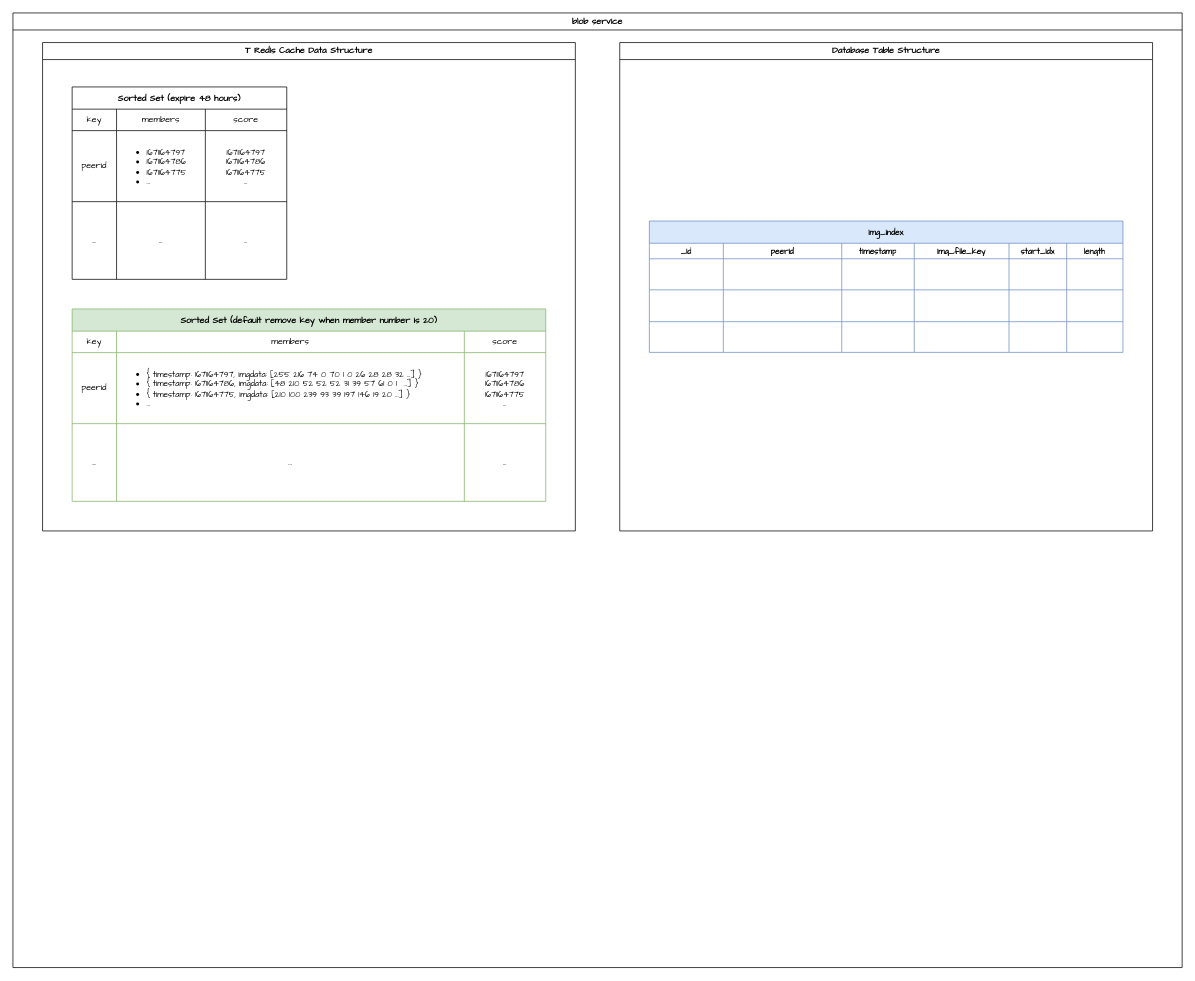
Before: TVU.drawio in rabbitdream/framework, a draw.io diagram. Source tidied: cells renumbered, new cells numbered last; positions are measured from the earlier drawing's top-left corner, leaving out a move shared by most shapes. Both pictures are drawn from the tidied source at 74%, with x=0, y=0 at pixel (13, 13).
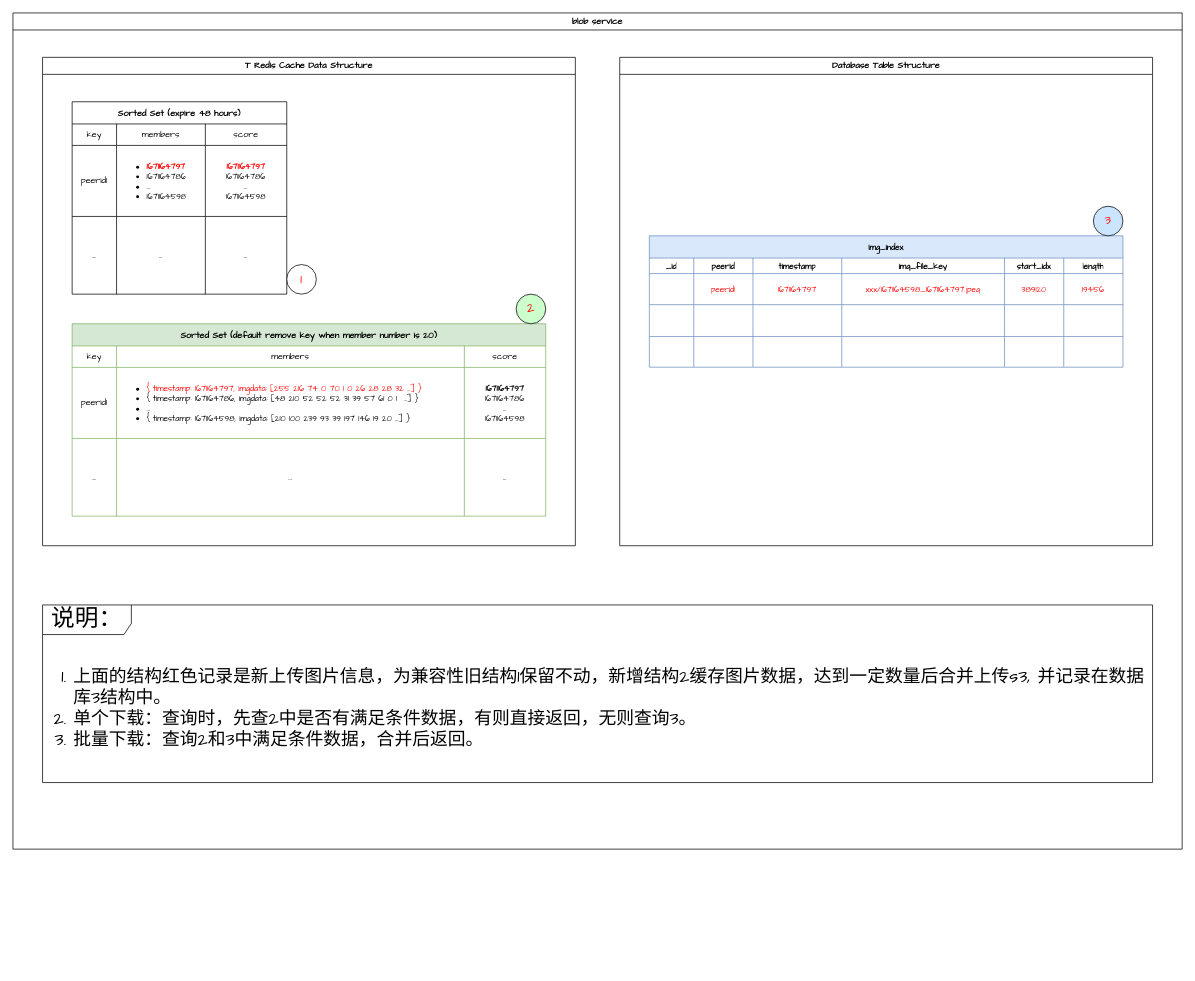
Above is the later version.

Unchanged cells that the change refers to:
```xml
<mxCell id="9" style="shape=tableRow;horizontal=0;startSize=0;swimlaneHead=0;swimlaneBody=0;top=0;left=0;bottom=0;right=0;fillColor=none;fontFamily=Comic Sans MS;" parent="4" vertex="1">
  <mxGeometry y="59" width="290" height="96" as="geometry" />
</mxCell>
<mxCell id="24" style="shape=tableRow;horizontal=0;startSize=0;swimlaneHead=0;swimlaneBody=0;top=0;left=0;bottom=0;right=0;fillColor=none;fontFamily=Comic Sans MS;" parent="19" vertex="1">
  <mxGeometry y="59" width="640" height="96" as="geometry" />
</mxCell>
<mxCell id="36" style="shape=tableRow;horizontal=0;startSize=0;swimlaneHead=0;swimlaneBody=0;top=0;left=0;bottom=0;right=0;fillColor=none;strokeColor=default;fontFamily=Comic Sans MS;fontSize=11;fontColor=default;" parent="35" vertex="1">
  <mxGeometry y="30" width="640" height="21" as="geometry" />
</mxCell>
<mxCell id="43" style="shape=tableRow;horizontal=0;startSize=0;swimlaneHead=0;swimlaneBody=0;top=0;left=0;bottom=0;right=0;fillColor=none;strokeColor=default;fontFamily=Comic Sans MS;fontSize=11;fontColor=default;" parent="35" vertex="1">
  <mxGeometry y="51" width="640" height="42" as="geometry" />
</mxCell>
<mxCell id="50" style="shape=tableRow;horizontal=0;startSize=0;swimlaneHead=0;swimlaneBody=0;top=0;left=0;bottom=0;right=0;fillColor=none;strokeColor=default;fontFamily=Comic Sans MS;fontSize=11;fontColor=default;" parent="35" vertex="1">
  <mxGeometry y="93" width="640" height="43" as="geometry" />
</mxCell>
<mxCell id="57" style="shape=tableRow;horizontal=0;startSize=0;swimlaneHead=0;swimlaneBody=0;top=0;left=0;bottom=0;right=0;fillColor=none;strokeColor=default;fontFamily=Comic Sans MS;fontSize=11;fontColor=default;" parent="35" vertex="1">
  <mxGeometry y="136" width="640" height="41" as="geometry" />
</mxCell>
```

Change to the diagram source:
```diff
@@
     <mxCell id="2" value="blob service" style="swimlane;whiteSpace=wrap;html=1;fontFamily=Comic Sans MS;" parent="1" vertex="1">
-      <mxGeometry width="1580" height="1290" as="geometry" />
+      <mxGeometry width="1580" height="1130" as="geometry" />
     </mxCell>
     <mxCell id="3" value="&lt;div style=&quot;text-align: start;&quot;&gt;&lt;span style=&quot;background-color: initial;&quot;&gt;T Redis Cache Data Structure&lt;/span&gt;&lt;/div&gt;" style="swimlane;whiteSpace=wrap;html=1;fontFamily=Comic Sans MS;" parent="2" vertex="1">
-      <mxGeometry x="40" y="40" width="720" height="660" as="geometry" />
+      <mxGeometry x="40" y="60" width="720" height="660" as="geometry" />
     </mxCell>
@@
-    <mxCell id="10" value="peerid" style="shape=partialRectangle;html=1;whiteSpace=wrap;fillColor=none;top=0;left=0;bottom=0;right=0;overflow=hidden;fontFamily=Comic Sans MS;" parent="9" vertex="1">
+    <mxCell id="10" value="peerid1" style="shape=partialRectangle;html=1;whiteSpace=wrap;fillColor=none;top=0;left=0;bottom=0;right=0;overflow=hidden;fontFamily=Comic Sans MS;" parent="9" vertex="1">
       <mxGeometry width="60" height="96" as="geometry" />
     </mxCell>
@@
-    <mxCell id="17" value="&lt;ul&gt;&lt;li&gt;1671164797&lt;/li&gt;&lt;li&gt;1671164786&lt;/li&gt;&lt;li&gt;1671164775&lt;br&gt;&lt;/li&gt;&lt;li&gt;...&lt;/li&gt;&lt;/ul&gt;" style="text;strokeColor=none;fillColor=none;html=1;whiteSpace=wrap;verticalAlign=middle;overflow=hidden;fontFamily=Comic Sans MS;fontSize=11;fontColor=default;startSize=30;" parent="3" vertex="1">
+    <mxCell id="17" value="&lt;ul&gt;&lt;li&gt;&lt;font color=&quot;#ff0000&quot;&gt;&lt;b&gt;1671164797&lt;/b&gt;&lt;/font&gt;&lt;/li&gt;&lt;li&gt;1671164786&lt;/li&gt;&lt;li&gt;...&lt;/li&gt;&lt;li&gt;1671164598&lt;/li&gt;&lt;/ul&gt;" style="text;strokeColor=none;fillColor=none;html=1;whiteSpace=wrap;verticalAlign=middle;overflow=hidden;fontFamily=Comic Sans MS;fontSize=11;fontColor=default;startSize=30;" parent="3" vertex="1">
       <mxGeometry x="99" y="120" width="120" height="95" as="geometry" />
     </mxCell>
-    <mxCell id="18" value="&lt;span style=&quot;background-color: initial;&quot;&gt;1671164797&lt;/span&gt;&lt;br&gt;&lt;span style=&quot;background-color: initial;&quot;&gt;1671164786&lt;/span&gt;&lt;br&gt;&lt;span style=&quot;background-color: initial;&quot;&gt;1671164775&lt;/span&gt;&lt;br&gt;&lt;span style=&quot;background-color: initial;&quot;&gt;...&lt;/span&gt;" style="text;strokeColor=none;fillColor=none;html=1;whiteSpace=wrap;verticalAlign=middle;overflow=hidden;fontFamily=Comic Sans MS;fontSize=11;fontColor=default;startSize=30;align=center;" parent="3" vertex="1">
+    <mxCell id="18" value="&lt;span style=&quot;background-color: initial;&quot;&gt;&lt;font color=&quot;#ff0000&quot;&gt;&lt;b&gt;1671164797&lt;/b&gt;&lt;/font&gt;&lt;/span&gt;&lt;br&gt;&lt;span style=&quot;background-color: initial;&quot;&gt;1671164786&lt;br&gt;&lt;/span&gt;...&lt;br&gt;&lt;span style=&quot;background-color: initial;&quot;&gt;1671164598&lt;/span&gt;" style="text;strokeColor=none;fillColor=none;html=1;whiteSpace=wrap;verticalAlign=middle;overflow=hidden;fontFamily=Comic Sans MS;fontSize=11;fontColor=default;startSize=30;align=center;" parent="3" vertex="1">
       <mxGeometry x="220" y="120" width="110" height="95" as="geometry" />
     </mxCell>
@@
-    <mxCell id="25" value="peerid" style="shape=partialRectangle;html=1;whiteSpace=wrap;fillColor=none;top=0;left=0;bottom=0;right=0;overflow=hidden;fontFamily=Comic Sans MS;" parent="24" vertex="1">
+    <mxCell id="25" value="peerid1" style="shape=partialRectangle;html=1;whiteSpace=wrap;fillColor=none;top=0;left=0;bottom=0;right=0;overflow=hidden;fontFamily=Comic Sans MS;" parent="24" vertex="1">
       <mxGeometry width="60" height="96" as="geometry" />
     </mxCell>
@@
-    <mxCell id="32" value="&lt;ul&gt;&lt;li&gt;{ timestamp:&amp;nbsp;1671164797, imgdata: [255 216 74 0 70 1 0 26 28 28 32 ...] }&lt;/li&gt;&lt;li&gt;{ timestamp:&amp;nbsp;1671164786, imgdata: [48 210 52 52 52 31 39 57 61 0 1&amp;nbsp; ...] }&lt;/li&gt;&lt;li&gt;{ timestamp:&amp;nbsp;1671164775, imgdata: [210 100 239 93 39 197 146 19 20 ...] }&lt;/li&gt;&lt;li&gt;...&lt;/li&gt;&lt;/ul&gt;" style="text;strokeColor=none;fillColor=none;html=1;whiteSpace=wrap;verticalAlign=middle;overflow=hidden;fontFamily=Comic Sans MS;fontSize=11;fontColor=default;startSize=30;" parent="3" vertex="1">
+    <mxCell id="32" value="&lt;ul&gt;&lt;li&gt;&lt;font style=&quot;&quot; color=&quot;#ff0000&quot;&gt;{ timestamp:&amp;nbsp;1671164797, imgdata: [255 216 74 0 70 1 0 26 28 28 32 ...] }&lt;/font&gt;&lt;/li&gt;&lt;li&gt;{ timestamp:&amp;nbsp;1671164786, imgdata: [48 210 52 52 52 31 39 57 61 0 1&amp;nbsp; ...] }&lt;/li&gt;&lt;li&gt;...&lt;/li&gt;&lt;li&gt;{ timestamp:&amp;nbsp;1671164598, imgdata: [210 100 239 93 39 197 146 19 20 ...] }&lt;/li&gt;&lt;/ul&gt;" style="text;strokeColor=none;fillColor=none;html=1;whiteSpace=wrap;verticalAlign=middle;overflow=hidden;fontFamily=Comic Sans MS;fontSize=11;fontColor=default;startSize=30;" parent="3" vertex="1">
       <mxGeometry x="99" y="420" width="470" height="95" as="geometry" />
     </mxCell>
-    <mxCell id="33" value="&lt;span style=&quot;background-color: initial;&quot;&gt;1671164797&lt;/span&gt;&lt;br&gt;&lt;span style=&quot;background-color: initial;&quot;&gt;1671164786&lt;/span&gt;&lt;br&gt;&lt;span style=&quot;background-color: initial;&quot;&gt;1671164775&lt;/span&gt;&lt;br&gt;&lt;span style=&quot;background-color: initial;&quot;&gt;...&lt;/span&gt;" style="text;strokeColor=none;fillColor=none;html=1;whiteSpace=wrap;verticalAlign=middle;overflow=hidden;fontFamily=Comic Sans MS;fontSize=11;fontColor=default;startSize=30;align=center;" parent="3" vertex="1">
+    <mxCell id="33" value="&lt;span style=&quot;background-color: initial;&quot;&gt;&lt;b&gt;1671164797&lt;/b&gt;&lt;/span&gt;&lt;br&gt;&lt;span style=&quot;background-color: initial;&quot;&gt;1671164786&lt;br&gt;&lt;/span&gt;...&lt;br&gt;&lt;span style=&quot;background-color: initial;&quot;&gt;1671164598&lt;/span&gt;" style="text;strokeColor=none;fillColor=none;html=1;whiteSpace=wrap;verticalAlign=middle;overflow=hidden;fontFamily=Comic Sans MS;fontSize=11;fontColor=default;startSize=30;align=center;" parent="3" vertex="1">
       <mxGeometry x="570" y="420" width="110" height="95" as="geometry" />
     </mxCell>
+    <mxCell id="64" value="&lt;font color=&quot;#ff0000&quot; style=&quot;font-size: 17px;&quot;&gt;2&lt;/font&gt;" style="ellipse;whiteSpace=wrap;html=1;strokeColor=default;fontFamily=Comic Sans MS;fontSize=11;fontColor=default;startSize=30;fillColor=#CCFFCC;" parent="3" vertex="1">
+      <mxGeometry x="640" y="320" width="40" height="40" as="geometry" />
+    </mxCell>
+    <mxCell id="65" value="&lt;font color=&quot;#ff0000&quot;&gt;&lt;span style=&quot;font-size: 17px;&quot;&gt;1&lt;/span&gt;&lt;/font&gt;" style="ellipse;whiteSpace=wrap;html=1;strokeColor=default;fontFamily=Comic Sans MS;fontSize=11;fontColor=default;startSize=30;fillColor=#FFFFFF;" parent="3" vertex="1">
+      <mxGeometry x="330" y="280" width="40" height="40" as="geometry" />
+    </mxCell>
     <mxCell id="34" value="&lt;div style=&quot;text-align: start;&quot;&gt;&lt;span style=&quot;background-color: initial;&quot;&gt;Database Table Structure&lt;/span&gt;&lt;/div&gt;" style="swimlane;whiteSpace=wrap;html=1;fontFamily=Comic Sans MS;" parent="2" vertex="1">
-      <mxGeometry x="820" y="40" width="720" height="660" as="geometry" />
+      <mxGeometry x="820" y="60" width="720" height="660" as="geometry" />
     </mxCell>
@@
     <mxCell id="37" value="&lt;b&gt;_id&lt;/b&gt;" style="shape=partialRectangle;html=1;whiteSpace=wrap;fillColor=none;top=0;left=0;bottom=0;right=0;overflow=hidden;strokeColor=default;fontFamily=Comic Sans MS;fontSize=11;fontColor=default;startSize=30;" parent="36" vertex="1">
-      <mxGeometry width="100" height="21" as="geometry" />
+      <mxGeometry width="60" height="21" as="geometry" />
     </mxCell>
     <mxCell id="38" value="&lt;b&gt;peerid&lt;/b&gt;" style="shape=partialRectangle;html=1;whiteSpace=wrap;fillColor=none;top=0;left=0;bottom=0;right=0;overflow=hidden;strokeColor=default;fontFamily=Comic Sans MS;fontSize=11;fontColor=default;startSize=30;" parent="36" vertex="1">
-      <mxGeometry x="100" width="160" height="21" as="geometry" />
+      <mxGeometry x="60" width="80" height="21" as="geometry" />
     </mxCell>
     <mxCell id="39" value="&lt;b&gt;timestamp&lt;/b&gt;" style="shape=partialRectangle;html=1;whiteSpace=wrap;fillColor=none;top=0;left=0;bottom=0;right=0;overflow=hidden;strokeColor=default;fontFamily=Comic Sans MS;fontSize=11;fontColor=default;startSize=30;" parent="36" vertex="1">
-      <mxGeometry x="260" width="98" height="21" as="geometry" />
+      <mxGeometry x="140" width="120" height="21" as="geometry" />
     </mxCell>
     <mxCell id="40" value="&lt;b&gt;img_file_key&lt;/b&gt;" style="shape=partialRectangle;html=1;whiteSpace=wrap;fillColor=none;top=0;left=0;bottom=0;right=0;overflow=hidden;strokeColor=default;fontFamily=Comic Sans MS;fontSize=11;fontColor=default;startSize=30;" parent="36" vertex="1">
-      <mxGeometry x="358" width="128" height="21" as="geometry" />
+      <mxGeometry x="260" width="220" height="21" as="geometry" />
     </mxCell>
     <mxCell id="41" value="&lt;b&gt;start_idx&lt;/b&gt;" style="shape=partialRectangle;html=1;whiteSpace=wrap;fillColor=none;top=0;left=0;bottom=0;right=0;overflow=hidden;strokeColor=default;fontFamily=Comic Sans MS;fontSize=11;fontColor=default;startSize=30;" parent="36" vertex="1">
-      <mxGeometry x="486" width="78" height="21" as="geometry" />
+      <mxGeometry x="480" width="80" height="21" as="geometry" />
     </mxCell>
     <mxCell id="42" value="&lt;b&gt;length&lt;/b&gt;" style="shape=partialRectangle;html=1;whiteSpace=wrap;fillColor=none;top=0;left=0;bottom=0;right=0;overflow=hidden;strokeColor=default;fontFamily=Comic Sans MS;fontSize=11;fontColor=default;startSize=30;" parent="36" vertex="1">
-      <mxGeometry x="564" width="76" height="21" as="geometry" />
+      <mxGeometry x="560" width="80" height="21" as="geometry" />
     </mxCell>
@@
     <mxCell id="44" style="shape=partialRectangle;html=1;whiteSpace=wrap;fillColor=none;top=0;left=0;bottom=0;right=0;overflow=hidden;strokeColor=default;fontFamily=Comic Sans MS;fontSize=11;fontColor=default;startSize=30;" parent="43" vertex="1">
-      <mxGeometry width="100" height="42" as="geometry" />
+      <mxGeometry width="60" height="42" as="geometry" />
     </mxCell>
-    <mxCell id="45" style="shape=partialRectangle;html=1;whiteSpace=wrap;fillColor=none;top=0;left=0;bottom=0;right=0;overflow=hidden;strokeColor=default;fontFamily=Comic Sans MS;fontSize=11;fontColor=default;startSize=30;" parent="43" vertex="1">
-      <mxGeometry x="100" width="160" height="42" as="geometry" />
+    <mxCell id="45" value="&lt;font color=&quot;#ff0000&quot;&gt;peerid1&lt;/font&gt;" style="shape=partialRectangle;html=1;whiteSpace=wrap;fillColor=none;top=0;left=0;bottom=0;right=0;overflow=hidden;strokeColor=default;fontFamily=Comic Sans MS;fontSize=11;fontColor=default;startSize=30;" parent="43" vertex="1">
+      <mxGeometry x="60" width="80" height="42" as="geometry" />
     </mxCell>
-    <mxCell id="46" style="shape=partialRectangle;html=1;whiteSpace=wrap;fillColor=none;top=0;left=0;bottom=0;right=0;overflow=hidden;strokeColor=default;fontFamily=Comic Sans MS;fontSize=11;fontColor=default;startSize=30;" parent="43" vertex="1">
-      <mxGeometry x="260" width="98" height="42" as="geometry" />
+    <mxCell id="46" value="&lt;span style=&quot;color: rgb(255, 0, 0); text-align: left;&quot;&gt;1671164797&lt;/span&gt;" style="shape=partialRectangle;html=1;whiteSpace=wrap;fillColor=none;top=0;left=0;bottom=0;right=0;overflow=hidden;strokeColor=default;fontFamily=Comic Sans MS;fontSize=11;fontColor=default;startSize=30;" parent="43" vertex="1">
+      <mxGeometry x="140" width="120" height="42" as="geometry" />
     </mxCell>
-    <mxCell id="47" style="shape=partialRectangle;html=1;whiteSpace=wrap;fillColor=none;top=0;left=0;bottom=0;right=0;overflow=hidden;strokeColor=default;fontFamily=Comic Sans MS;fontSize=11;fontColor=default;startSize=30;" parent="43" vertex="1">
-      <mxGeometry x="358" width="128" height="42" as="geometry" />
+    <mxCell id="47" value="&lt;font color=&quot;#ff0000&quot;&gt;xxx/1671164598_&lt;span style=&quot;text-align: left;&quot;&gt;1671164797.jpeg&lt;/span&gt;&lt;/font&gt;" style="shape=partialRectangle;html=1;whiteSpace=wrap;fillColor=none;top=0;left=0;bottom=0;right=0;overflow=hidden;strokeColor=default;fontFamily=Comic Sans MS;fontSize=11;fontColor=default;startSize=30;" parent="43" vertex="1">
+      <mxGeometry x="260" width="220" height="42" as="geometry" />
     </mxCell>
-    <mxCell id="48" style="shape=partialRectangle;html=1;whiteSpace=wrap;fillColor=none;top=0;left=0;bottom=0;right=0;overflow=hidden;strokeColor=default;fontFamily=Comic Sans MS;fontSize=11;fontColor=default;startSize=30;" parent="43" vertex="1">
-      <mxGeometry x="486" width="78" height="42" as="geometry" />
+    <mxCell id="48" value="&lt;span style=&quot;font-size: 11px;&quot;&gt;&lt;font color=&quot;#ff0000&quot;&gt;389120&lt;/font&gt;&lt;/span&gt;" style="shape=partialRectangle;html=1;whiteSpace=wrap;fillColor=none;top=0;left=0;bottom=0;right=0;overflow=hidden;strokeColor=default;fontFamily=Comic Sans MS;fontSize=11;fontColor=default;startSize=30;" parent="43" vertex="1">
+      <mxGeometry x="480" width="80" height="42" as="geometry" />
     </mxCell>
-    <mxCell id="49" style="shape=partialRectangle;html=1;whiteSpace=wrap;fillColor=none;top=0;left=0;bottom=0;right=0;overflow=hidden;strokeColor=default;fontFamily=Comic Sans MS;fontSize=11;fontColor=default;startSize=30;" parent="43" vertex="1">
-      <mxGeometry x="564" width="76" height="42" as="geometry" />
+    <mxCell id="49" value="&lt;span style=&quot;font-size: 11px;&quot;&gt;&lt;font color=&quot;#ff0000&quot;&gt;19456&lt;/font&gt;&lt;/span&gt;" style="shape=partialRectangle;html=1;whiteSpace=wrap;fillColor=none;top=0;left=0;bottom=0;right=0;overflow=hidden;strokeColor=default;fontFamily=Comic Sans MS;fontSize=11;fontColor=default;startSize=30;" parent="43" vertex="1">
+      <mxGeometry x="560" width="80" height="42" as="geometry" />
     </mxCell>
@@
     <mxCell id="51" style="shape=partialRectangle;html=1;whiteSpace=wrap;fillColor=none;top=0;left=0;bottom=0;right=0;overflow=hidden;strokeColor=default;fontFamily=Comic Sans MS;fontSize=11;fontColor=default;startSize=30;" parent="50" vertex="1">
-      <mxGeometry width="100" height="43" as="geometry" />
+      <mxGeometry width="60" height="43" as="geometry" />
     </mxCell>
     <mxCell id="52" style="shape=partialRectangle;html=1;whiteSpace=wrap;fillColor=none;top=0;left=0;bottom=0;right=0;overflow=hidden;strokeColor=default;fontFamily=Comic Sans MS;fontSize=11;fontColor=default;startSize=30;" parent="50" vertex="1">
-      <mxGeometry x="100" width="160" height="43" as="geometry" />
+      <mxGeometry x="60" width="80" height="43" as="geometry" />
     </mxCell>
     <mxCell id="53" style="shape=partialRectangle;html=1;whiteSpace=wrap;fillColor=none;top=0;left=0;bottom=0;right=0;overflow=hidden;strokeColor=default;fontFamily=Comic Sans MS;fontSize=11;fontColor=default;startSize=30;" parent="50" vertex="1">
-      <mxGeometry x="260" width="98" height="43" as="geometry" />
+      <mxGeometry x="140" width="120" height="43" as="geometry" />
     </mxCell>
     <mxCell id="54" style="shape=partialRectangle;html=1;whiteSpace=wrap;fillColor=none;top=0;left=0;bottom=0;right=0;overflow=hidden;strokeColor=default;fontFamily=Comic Sans MS;fontSize=11;fontColor=default;startSize=30;" parent="50" vertex="1">
-      <mxGeometry x="358" width="128" height="43" as="geometry" />
+      <mxGeometry x="260" width="220" height="43" as="geometry" />
     </mxCell>
     <mxCell id="55" style="shape=partialRectangle;html=1;whiteSpace=wrap;fillColor=none;top=0;left=0;bottom=0;right=0;overflow=hidden;strokeColor=default;fontFamily=Comic Sans MS;fontSize=11;fontColor=default;startSize=30;" parent="50" vertex="1">
-      <mxGeometry x="486" width="78" height="43" as="geometry" />
+      <mxGeometry x="480" width="80" height="43" as="geometry" />
     </mxCell>
     <mxCell id="56" style="shape=partialRectangle;html=1;whiteSpace=wrap;fillColor=none;top=0;left=0;bottom=0;right=0;overflow=hidden;strokeColor=default;fontFamily=Comic Sans MS;fontSize=11;fontColor=default;startSize=30;" parent="50" vertex="1">
-      <mxGeometry x="564" width="76" height="43" as="geometry" />
+      <mxGeometry x="560" width="80" height="43" as="geometry" />
     </mxCell>
@@
     <mxCell id="58" style="shape=partialRectangle;html=1;whiteSpace=wrap;fillColor=none;top=0;left=0;bottom=0;right=0;overflow=hidden;strokeColor=default;fontFamily=Comic Sans MS;fontSize=11;fontColor=default;startSize=30;" parent="57" vertex="1">
-      <mxGeometry width="100" height="41" as="geometry" />
+      <mxGeometry width="60" height="41" as="geometry" />
     </mxCell>
     <mxCell id="59" style="shape=partialRectangle;html=1;whiteSpace=wrap;fillColor=none;top=0;left=0;bottom=0;right=0;overflow=hidden;strokeColor=default;fontFamily=Comic Sans MS;fontSize=11;fontColor=default;startSize=30;" parent="57" vertex="1">
-      <mxGeometry x="100" width="160" height="41" as="geometry" />
+      <mxGeometry x="60" width="80" height="41" as="geometry" />
     </mxCell>
     <mxCell id="60" style="shape=partialRectangle;html=1;whiteSpace=wrap;fillColor=none;top=0;left=0;bottom=0;right=0;overflow=hidden;strokeColor=default;fontFamily=Comic Sans MS;fontSize=11;fontColor=default;startSize=30;" parent="57" vertex="1">
-      <mxGeometry x="260" width="98" height="41" as="geometry" />
+      <mxGeometry x="140" width="120" height="41" as="geometry" />
     </mxCell>
     <mxCell id="61" style="shape=partialRectangle;html=1;whiteSpace=wrap;fillColor=none;top=0;left=0;bottom=0;right=0;overflow=hidden;strokeColor=default;fontFamily=Comic Sans MS;fontSize=11;fontColor=default;startSize=30;" parent="57" vertex="1">
-      <mxGeometry x="358" width="128" height="41" as="geometry" />
+      <mxGeometry x="260" width="220" height="41" as="geometry" />
     </mxCell>
     <mxCell id="62" style="shape=partialRectangle;html=1;whiteSpace=wrap;fillColor=none;top=0;left=0;bottom=0;right=0;overflow=hidden;strokeColor=default;fontFamily=Comic Sans MS;fontSize=11;fontColor=default;startSize=30;" parent="57" vertex="1">
-      <mxGeometry x="486" width="78" height="41" as="geometry" />
+      <mxGeometry x="480" width="80" height="41" as="geometry" />
     </mxCell>
     <mxCell id="63" style="shape=partialRectangle;html=1;whiteSpace=wrap;fillColor=none;top=0;left=0;bottom=0;right=0;overflow=hidden;strokeColor=default;fontFamily=Comic Sans MS;fontSize=11;fontColor=default;startSize=30;" parent="57" vertex="1">
-      <mxGeometry x="564" width="76" height="41" as="geometry" />
+      <mxGeometry x="560" width="80" height="41" as="geometry" />
     </mxCell>
+    <mxCell id="66" value="&lt;font color=&quot;#ff0000&quot;&gt;&lt;span style=&quot;font-size: 17px;&quot;&gt;3&lt;/span&gt;&lt;/font&gt;" style="ellipse;whiteSpace=wrap;html=1;strokeColor=default;fontFamily=Comic Sans MS;fontSize=11;fontColor=default;startSize=30;fillColor=#CCE5FF;gradientColor=none;" parent="34" vertex="1">
+      <mxGeometry x="640" y="201.2" width="40" height="40" as="geometry" />
+    </mxCell>
+    <mxCell id="67" value="&lt;font color=&quot;#000000&quot;&gt;说明：&lt;/font&gt;" style="shape=umlFrame;whiteSpace=wrap;html=1;strokeColor=default;fontFamily=Comic Sans MS;fontSize=32;fontColor=#FF0000;startSize=30;fillColor=default;width=120;height=40;" parent="2" vertex="1">
+      <mxGeometry x="40" y="800" width="1500" height="240" as="geometry" />
+    </mxCell>
+    <mxCell id="68" value="&lt;ol style=&quot;font-size: 24px;&quot;&gt;&lt;li style=&quot;font-size: 24px;&quot;&gt;上面的结构红色记录是新上传图片信息，为兼容性旧结构1保留不动，新增结构2缓存图片数据，达到一定数量后合并上传s3, 并记录在数据库3结构中。&amp;nbsp;&lt;/li&gt;&lt;li style=&quot;font-size: 24px;&quot;&gt;单个下载：查询时，先查2中是否有满足条件数据，有则直接返回，无则查询3。&lt;/li&gt;&lt;li style=&quot;font-size: 24px;&quot;&gt;批量下载：查询2和3中满足条件数据，合并后返回。&lt;/li&gt;&lt;/ol&gt;" style="text;strokeColor=none;fillColor=none;html=1;whiteSpace=wrap;verticalAlign=middle;overflow=hidden;fontFamily=Comic Sans MS;fontSize=24;fontColor=#000000;startSize=30;spacingTop=5;spacingBottom=5;" parent="2" vertex="1">
+      <mxGeometry x="40" y="840" width="1500" height="200" as="geometry" />
+    </mxCell>
```
